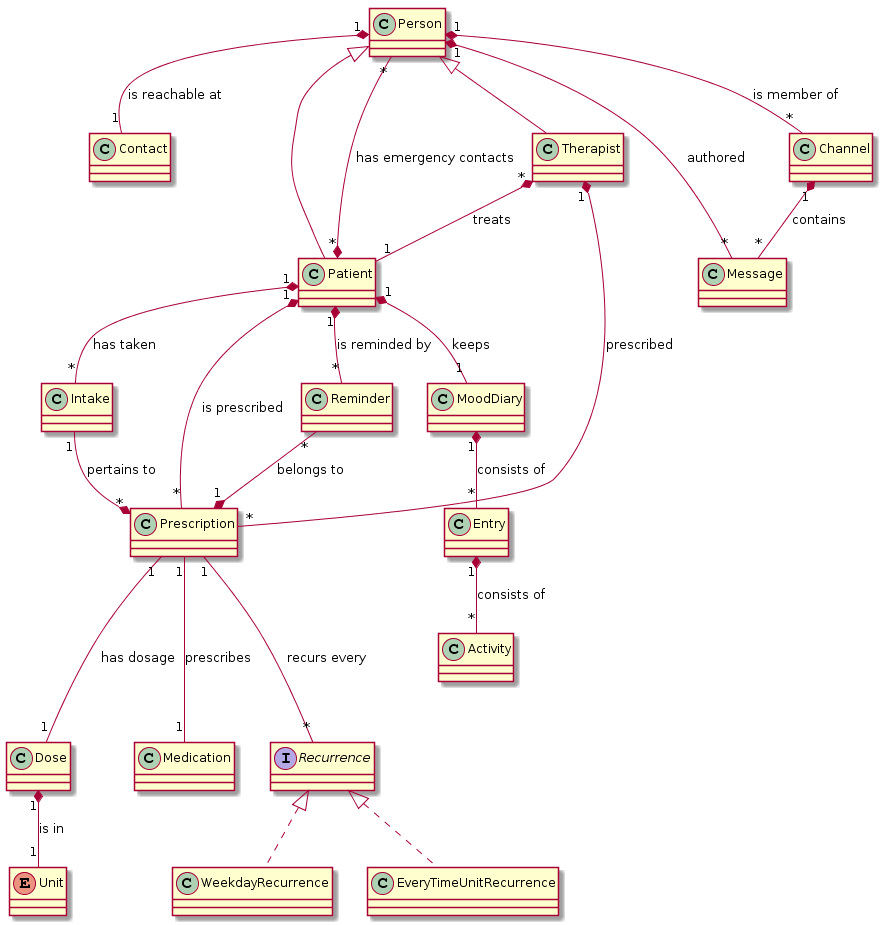
Earlier version of the PlantUML export doc/task_04/notes/domain_model.png (ch-bfh-bti7081-s2019-green/ch.bfh.bti7081.s2019.green).
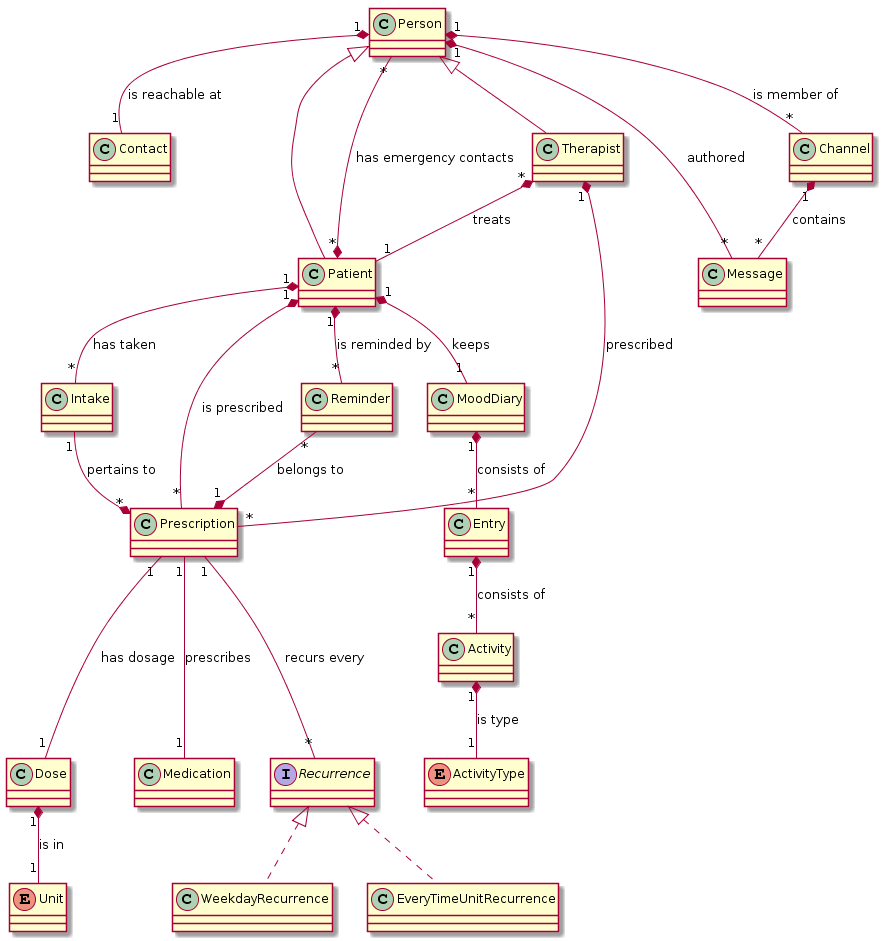
Above is the later version.

Commit message:
Update Class Dia and Domain Mod

What changed in the source:
```diff
@@ -35,6 +35,10 @@
 
 class Activity
 
+Activity "1" *-- "1" ActivityType : is type
+
+enum ActivityType
+
 class Dose
 
 Dose "1" *-- "1" Unit : is in
```
